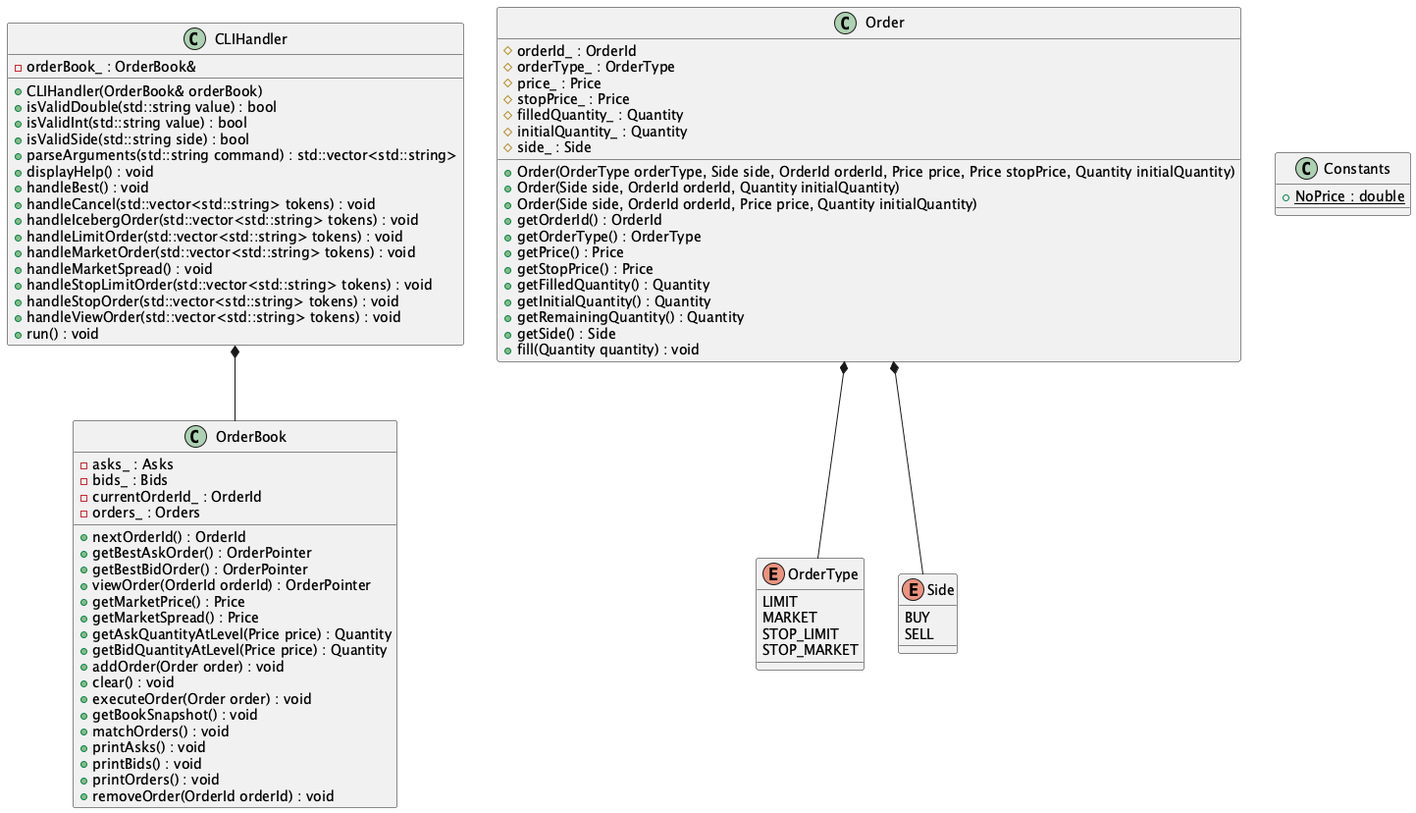
Before: src/output.png, a diagram exported from PlantUML (quantitative-finance-warwick-2024-2025/group-project-group-1).
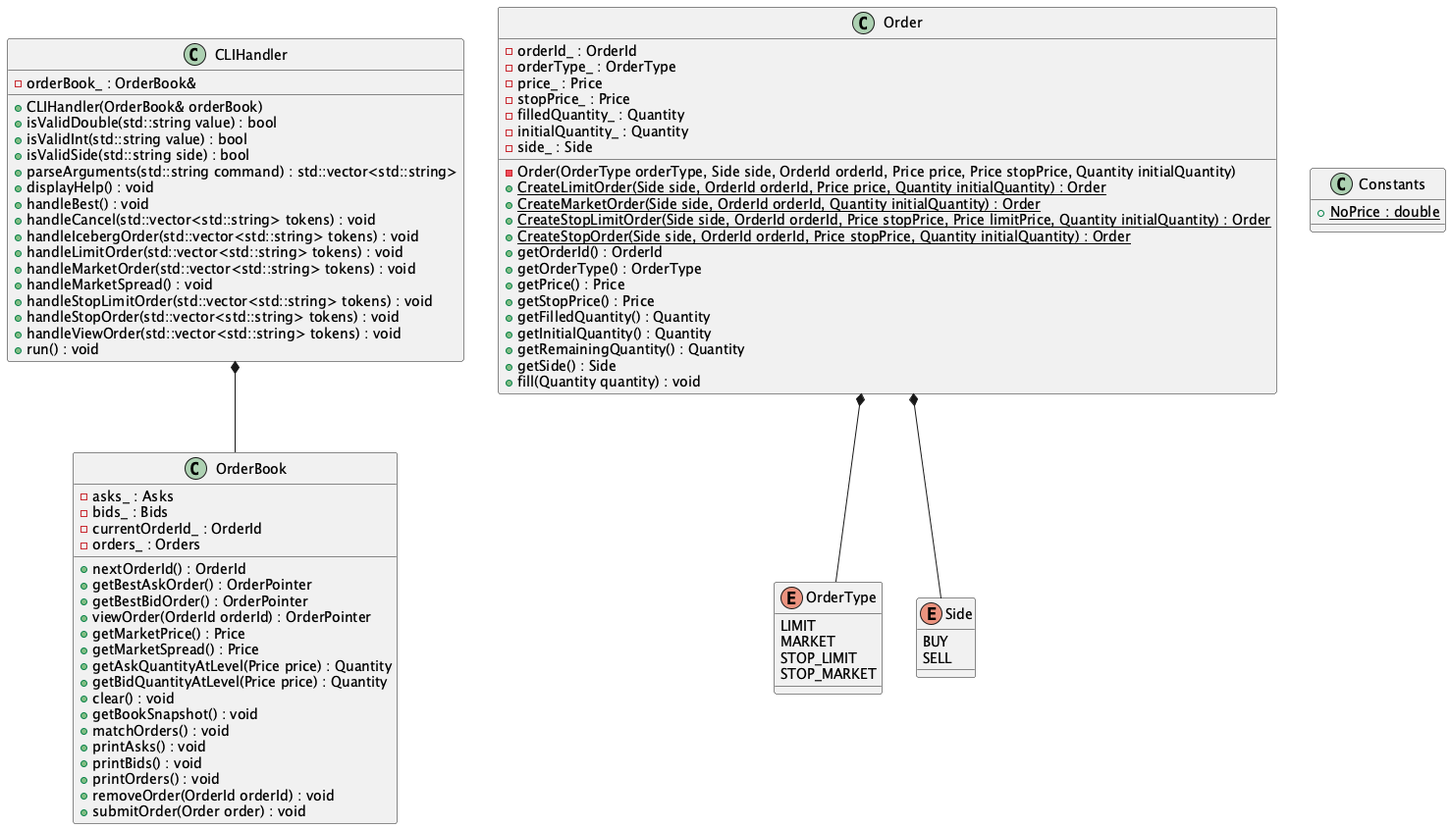
The same diagram one commit later.

Diff of the diagram source:
```diff
@@ -27,24 +27,26 @@
 
 
 class Order {
-	+Order(OrderType orderType, Side side, OrderId orderId, Price price, Price stopPrice, Quantity initialQuantity)
-	+Order(Side side, OrderId orderId, Quantity initialQuantity)
-	+Order(Side side, OrderId orderId, Price price, Quantity initialQuantity)
+	-Order(OrderType orderType, Side side, OrderId orderId, Price price, Price stopPrice, Quantity initialQuantity)
+	+{static} CreateLimitOrder(Side side, OrderId orderId, Price price, Quantity initialQuantity) : Order
+	+{static} CreateMarketOrder(Side side, OrderId orderId, Quantity initialQuantity) : Order
+	+{static} CreateStopLimitOrder(Side side, OrderId orderId, Price stopPrice, Price limitPrice, Quantity initialQuantity) : Order
+	+{static} CreateStopOrder(Side side, OrderId orderId, Price stopPrice, Quantity initialQuantity) : Order
 	+getOrderId() : OrderId
-	#orderId_ : OrderId
+	-orderId_ : OrderId
 	+getOrderType() : OrderType
-	#orderType_ : OrderType
+	-orderType_ : OrderType
 	+getPrice() : Price
 	+getStopPrice() : Price
-	#price_ : Price
-	#stopPrice_ : Price
-	#filledQuantity_ : Quantity
+	-price_ : Price
+	-stopPrice_ : Price
+	-filledQuantity_ : Quantity
 	+getFilledQuantity() : Quantity
 	+getInitialQuantity() : Quantity
 	+getRemainingQuantity() : Quantity
-	#initialQuantity_ : Quantity
+	-initialQuantity_ : Quantity
 	+getSide() : Side
-	#side_ : Side
+	-side_ : Side
 	+fill(Quantity quantity) : void
 }
 
@@ -62,15 +64,14 @@
 	+getMarketSpread() : Price
 	+getAskQuantityAtLevel(Price price) : Quantity
 	+getBidQuantityAtLevel(Price price) : Quantity
-	+addOrder(Order order) : void
 	+clear() : void
-	+executeOrder(Order order) : void
 	+getBookSnapshot() : void
 	+matchOrders() : void
 	+printAsks() : void
 	+printBids() : void
 	+printOrders() : void
 	+removeOrder(OrderId orderId) : void
+	+submitOrder(Order order) : void
 }
 
 
```
